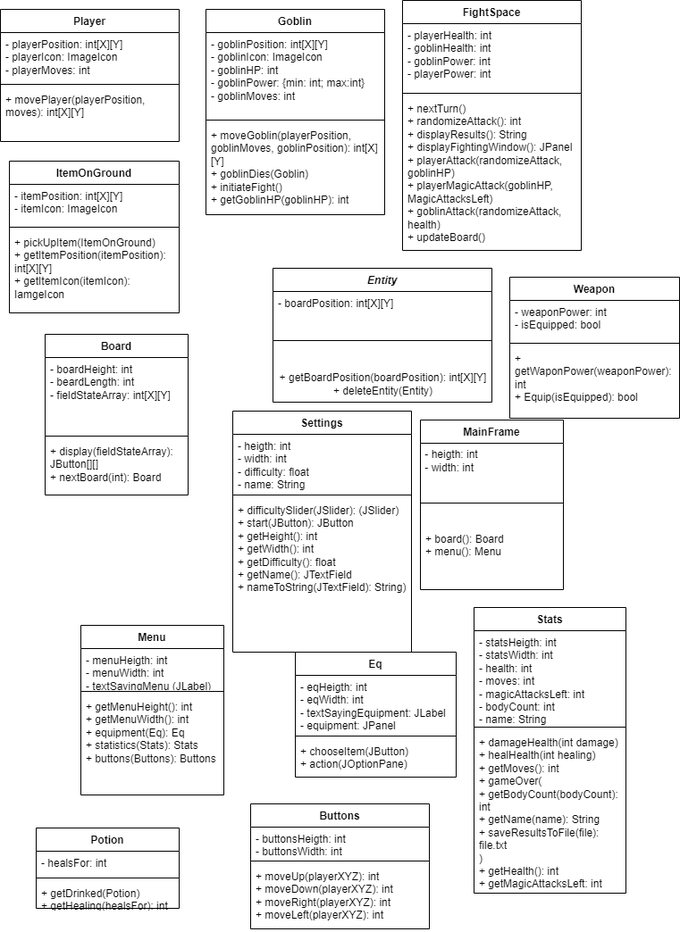
This is diagram_klas.png from jacob-w4/Java-simple-game, a draw.io export, as it was before one commit. Source tidied: cells renumbered, new cells last; positions are measured from the earlier drawing's top-left corner, leaving out a move shared by most shapes.
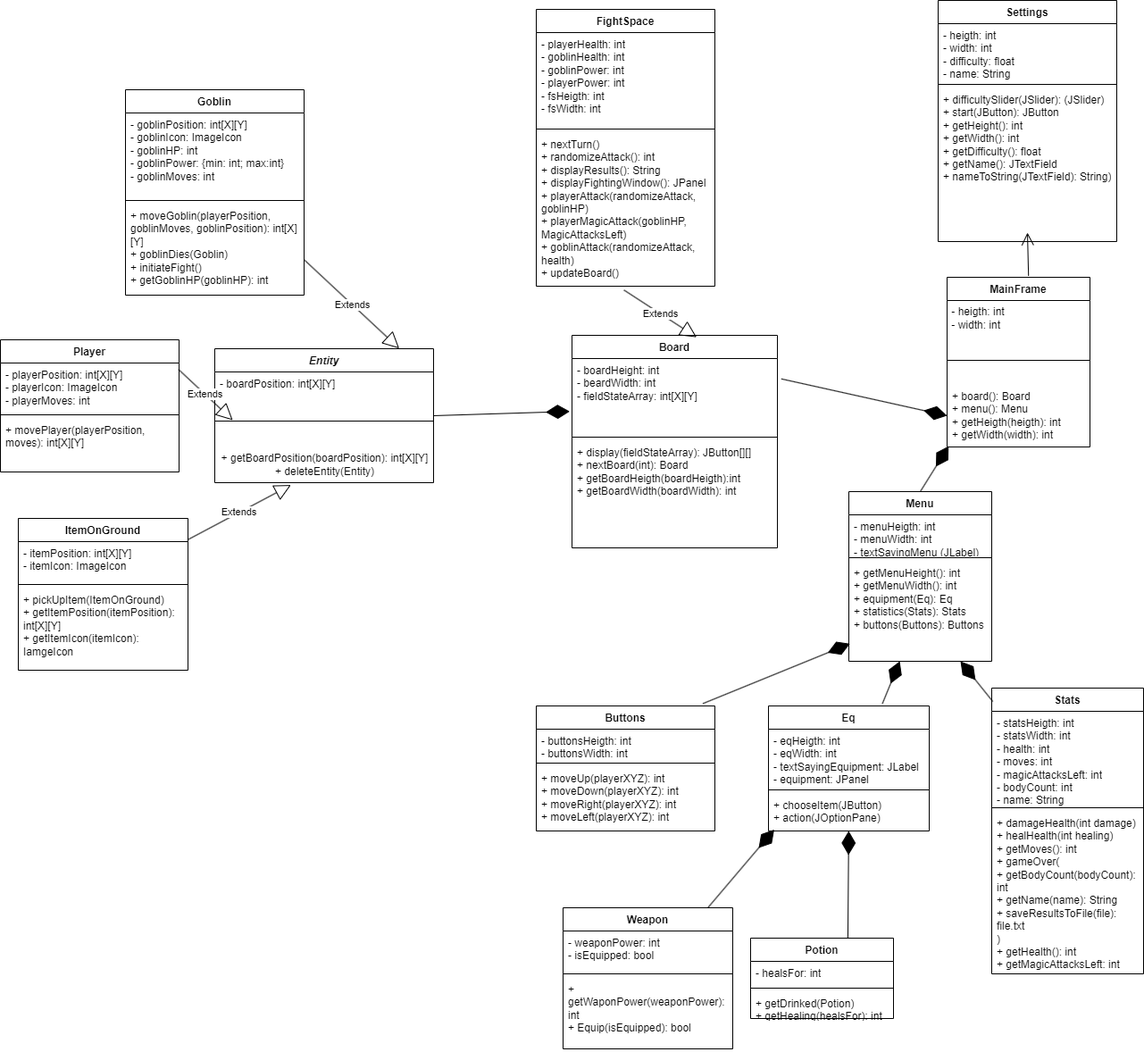
The same file after the commit.

What changed in the source:
```diff
@@ -3,7 +3,7 @@
     <mxCell id="0" />
     <mxCell id="1" parent="0" />
     <mxCell id="2" value="Settings" style="swimlane;fontStyle=1;align=center;verticalAlign=top;horizontal=1;startSize=26;whiteSpace=wrap;html=1;" parent="1" vertex="1">
-      <mxGeometry x="260" y="460" width="200" height="270" as="geometry" />
+      <mxGeometry x="1070" y="130" width="200" height="270" as="geometry" />
     </mxCell>
     <mxCell id="3" value="- heigth: int&lt;br&gt;- width: int&lt;br&gt;- difficulty: float&lt;br&gt;- name: String" style="text;strokeColor=none;fillColor=none;align=left;verticalAlign=top;spacingLeft=4;spacingRight=4;overflow=hidden;whiteSpace=wrap;html=1;" parent="2" vertex="1">
       <mxGeometry y="26" width="200" height="64" as="geometry" />
@@ -15,7 +15,7 @@
       <mxGeometry y="98" width="200" height="172" as="geometry" />
     </mxCell>
     <mxCell id="6" value="MainFrame" style="swimlane;fontStyle=1;align=center;verticalAlign=top;horizontal=1;startSize=26;whiteSpace=wrap;html=1;" parent="1" vertex="1">
-      <mxGeometry x="470" y="470" width="160" height="190" as="geometry" />
+      <mxGeometry x="1080" y="440" width="160" height="190" as="geometry" />
     </mxCell>
     <mxCell id="7" value="&amp;nbsp;- heigth: int&lt;br&gt;&amp;nbsp;- width: int" style="text;html=1;align=left;verticalAlign=middle;strokeColor=none;fillColor=none;" parent="6" vertex="1">
       <mxGeometry y="26" width="160" height="40" as="geometry" />
@@ -23,11 +23,11 @@
     <mxCell id="8" style="line;strokeWidth=1;fillColor=none;align=left;verticalAlign=middle;spacingTop=-1;spacingLeft=3;spacingRight=3;labelPosition=right;strokeColor=inherit;" parent="6" vertex="1">
       <mxGeometry y="66" width="160" height="54" as="geometry" />
     </mxCell>
-    <mxCell id="9" value="+ board(): Board&lt;br&gt;+ menu(): Menu" style="text;strokeColor=none;fillColor=none;align=left;verticalAlign=top;spacingLeft=4;spacingRight=4;overflow=hidden;points=[[0,0.5],[1,0.5]];portConstraint=eastwest;whiteSpace=wrap;html=1;" parent="6" vertex="1">
+    <mxCell id="9" value="+ board(): Board&lt;br&gt;+ menu(): Menu&lt;br&gt;+ getHeigth(heigth): int&lt;br&gt;+ getWidth(width): int" style="text;strokeColor=none;fillColor=none;align=left;verticalAlign=top;spacingLeft=4;spacingRight=4;overflow=hidden;points=[[0,0.5],[1,0.5]];portConstraint=eastwest;whiteSpace=wrap;html=1;" parent="6" vertex="1">
       <mxGeometry y="120" width="160" height="70" as="geometry" />
     </mxCell>
     <mxCell id="10" value="Menu" style="swimlane;fontStyle=1;align=center;verticalAlign=top;horizontal=1;startSize=26;whiteSpace=wrap;html=1;" parent="1" vertex="1">
-      <mxGeometry x="90" y="700" width="160" height="190" as="geometry" />
+      <mxGeometry x="970" y="680" width="160" height="190" as="geometry" />
     </mxCell>
     <mxCell id="11" value="- menuHeigth: int&lt;br&gt;- menuWidth: int&lt;br&gt;- textSayingMenu (JLabel)" style="text;strokeColor=none;fillColor=none;align=left;verticalAlign=top;spacingLeft=4;spacingRight=4;overflow=hidden;whiteSpace=wrap;html=1;" parent="10" vertex="1">
       <mxGeometry y="26" width="160" height="44" as="geometry" />
@@ -39,19 +39,19 @@
       <mxGeometry y="78" width="160" height="112" as="geometry" />
     </mxCell>
     <mxCell id="14" value="Board" style="swimlane;fontStyle=1;align=center;verticalAlign=top;horizontal=1;startSize=26;whiteSpace=wrap;html=1;" parent="1" vertex="1">
-      <mxGeometry x="50" y="374" width="160" height="180" as="geometry" />
+      <mxGeometry x="660" y="505" width="230" height="238" as="geometry" />
     </mxCell>
-    <mxCell id="15" value="- boardHeight: int&lt;br&gt;- beardLength: int&lt;br&gt;- fieldStateArray: int[X][Y]" style="text;strokeColor=none;fillColor=none;align=left;verticalAlign=top;spacingLeft=4;spacingRight=4;overflow=hidden;points=[[0,0.5],[1,0.5]];portConstraint=eastwest;whiteSpace=wrap;html=1;" parent="14" vertex="1">
-      <mxGeometry y="26" width="160" height="84" as="geometry" />
+    <mxCell id="15" value="- boardHeight: int&lt;br&gt;- beardWidth: int&lt;br&gt;- fieldStateArray: int[X][Y]" style="text;strokeColor=none;fillColor=none;align=left;verticalAlign=top;spacingLeft=4;spacingRight=4;overflow=hidden;points=[[0,0.5],[1,0.5]];portConstraint=eastwest;whiteSpace=wrap;html=1;" parent="14" vertex="1">
+      <mxGeometry y="26" width="230" height="84" as="geometry" />
     </mxCell>
     <mxCell id="16" style="line;strokeWidth=1;fillColor=none;align=left;verticalAlign=middle;spacingTop=-1;spacingLeft=3;spacingRight=3;labelPosition=right;strokeColor=inherit;" parent="14" vertex="1">
-      <mxGeometry y="110" width="160" height="8" as="geometry" />
+      <mxGeometry y="110" width="230" height="8" as="geometry" />
     </mxCell>
-    <mxCell id="17" value="+ display(fieldStateArray): JButton[][]&lt;br&gt;+ nextBoard(int): Board" style="text;strokeColor=none;fillColor=none;align=left;verticalAlign=top;spacingLeft=4;spacingRight=4;overflow=hidden;whiteSpace=wrap;html=1;" parent="14" vertex="1">
-      <mxGeometry y="118" width="160" height="62" as="geometry" />
+    <mxCell id="17" value="+ display(fieldStateArray): JButton[][]&lt;br&gt;+ nextBoard(int): Board&lt;br&gt;+ getBoardHeigth(boardHeigth):int&lt;br&gt;+ getBoardWidth(boardWidth): int" style="text;strokeColor=none;fillColor=none;align=left;verticalAlign=top;spacingLeft=4;spacingRight=4;overflow=hidden;whiteSpace=wrap;html=1;" parent="14" vertex="1">
+      <mxGeometry y="118" width="230" height="120" as="geometry" />
     </mxCell>
     <mxCell id="18" value="Stats" style="swimlane;fontStyle=1;align=center;verticalAlign=top;horizontal=1;startSize=26;whiteSpace=wrap;html=1;" parent="1" vertex="1">
-      <mxGeometry x="530" y="680" width="170" height="320" as="geometry" />
+      <mxGeometry x="1130" y="900" width="170" height="320" as="geometry" />
     </mxCell>
     <mxCell id="19" value="- statsHeigth: int&lt;br style=&quot;border-color: var(--border-color);&quot;&gt;- statsWidth: int&lt;br&gt;- health: int&lt;br&gt;- moves: int&lt;br&gt;- magicAttacksLeft: int&lt;br&gt;- bodyCount: int&lt;br&gt;- name: String" style="text;strokeColor=none;fillColor=none;align=left;verticalAlign=top;spacingLeft=4;spacingRight=4;overflow=hidden;whiteSpace=wrap;html=1;" parent="18" vertex="1">
       <mxGeometry y="26" width="170" height="104" as="geometry" />
@@ -63,7 +63,7 @@
       <mxGeometry y="138" width="170" height="182" as="geometry" />
     </mxCell>
     <mxCell id="22" value="Buttons" style="swimlane;fontStyle=1;align=center;verticalAlign=top;horizontal=1;startSize=26;whiteSpace=wrap;html=1;" parent="1" vertex="1">
-      <mxGeometry x="280" y="900" width="200" height="140" as="geometry" />
+      <mxGeometry x="620" y="920" width="200" height="140" as="geometry" />
     </mxCell>
     <mxCell id="23" value="- buttonsHeigth: int&lt;br style=&quot;border-color: var(--border-color);&quot;&gt;- buttonsWidth: int" style="text;strokeColor=none;fillColor=none;align=left;verticalAlign=top;spacingLeft=4;spacingRight=4;overflow=hidden;whiteSpace=wrap;html=1;" parent="22" vertex="1">
       <mxGeometry y="26" width="200" height="34" as="geometry" />
@@ -75,7 +75,7 @@
       <mxGeometry y="68" width="200" height="72" as="geometry" />
     </mxCell>
     <mxCell id="26" value="Eq" style="swimlane;fontStyle=1;align=center;verticalAlign=top;horizontal=1;startSize=26;whiteSpace=wrap;html=1;" parent="1" vertex="1">
-      <mxGeometry x="330" y="730" width="180" height="140" as="geometry" />
+      <mxGeometry x="880" y="920" width="180" height="140" as="geometry" />
     </mxCell>
     <mxCell id="27" value="- eqHeigth: int&lt;br&gt;- eqWidth: int&lt;br&gt;- textSayingEquipment: JLabel&lt;br&gt;- equipment: JPanel" style="text;strokeColor=none;fillColor=none;align=left;verticalAlign=top;spacingLeft=4;spacingRight=4;overflow=hidden;whiteSpace=wrap;html=1;" parent="26" vertex="1">
       <mxGeometry y="26" width="180" height="64" as="geometry" />
@@ -87,7 +87,7 @@
       <mxGeometry y="98" width="180" height="42" as="geometry" />
     </mxCell>
     <mxCell id="30" value="&lt;i&gt;Entity&lt;/i&gt;" style="swimlane;fontStyle=1;align=center;verticalAlign=top;horizontal=1;startSize=26;whiteSpace=wrap;html=1;" parent="1" vertex="1">
-      <mxGeometry x="305" y="300" width="245" height="150" as="geometry" />
+      <mxGeometry x="260" y="520" width="245" height="150" as="geometry" />
     </mxCell>
     <mxCell id="31" value="- boardPosition: int[X][Y]" style="text;strokeColor=none;fillColor=none;align=left;verticalAlign=top;spacingLeft=4;spacingRight=4;overflow=hidden;whiteSpace=wrap;html=1;" parent="30" vertex="1">
       <mxGeometry y="26" width="245" height="26" as="geometry" />
@@ -99,7 +99,7 @@
       <mxGeometry y="110" width="245" height="40" as="geometry" />
     </mxCell>
     <mxCell id="34" value="Player" style="swimlane;fontStyle=1;align=center;verticalAlign=top;horizontal=1;startSize=26;whiteSpace=wrap;html=1;" parent="1" vertex="1">
-      <mxGeometry y="10" width="200" height="148" as="geometry" />
+      <mxGeometry x="20" y="510" width="200" height="148" as="geometry" />
     </mxCell>
     <mxCell id="35" value="- playerPosition: int[X][Y]&lt;br&gt;- playerIcon: ImageIcon&lt;br&gt;- playerMoves: int" style="text;strokeColor=none;fillColor=none;align=left;verticalAlign=top;spacingLeft=4;spacingRight=4;overflow=hidden;points=[[0,0.5],[1,0.5]];portConstraint=eastwest;whiteSpace=wrap;html=1;" parent="34" vertex="1">
       <mxGeometry y="26" width="200" height="54" as="geometry" />
@@ -111,7 +111,7 @@
       <mxGeometry y="88" width="200" height="60" as="geometry" />
     </mxCell>
     <mxCell id="38" value="Goblin" style="swimlane;fontStyle=1;align=center;verticalAlign=top;horizontal=1;startSize=26;whiteSpace=wrap;html=1;" parent="1" vertex="1">
-      <mxGeometry x="230" y="10" width="200" height="230" as="geometry" />
+      <mxGeometry x="160" y="230" width="200" height="230" as="geometry" />
     </mxCell>
     <mxCell id="39" value="- goblinPosition: int[X][Y]&lt;br&gt;- goblinIcon: ImageIcon&lt;br&gt;- goblinHP: int&lt;br&gt;- goblinPower: {min: int; max:int}&lt;br&gt;- goblinMoves: int" style="text;strokeColor=none;fillColor=none;align=left;verticalAlign=top;spacingLeft=4;spacingRight=4;overflow=hidden;whiteSpace=wrap;html=1;" parent="38" vertex="1">
       <mxGeometry y="26" width="200" height="94" as="geometry" />
@@ -123,19 +123,19 @@
       <mxGeometry y="128" width="200" height="102" as="geometry" />
     </mxCell>
     <mxCell id="42" value="FightSpace" style="swimlane;fontStyle=1;align=center;verticalAlign=top;horizontal=1;startSize=26;whiteSpace=wrap;html=1;" parent="1" vertex="1">
-      <mxGeometry x="450" width="200" height="280" as="geometry" />
+      <mxGeometry x="620" y="140" width="200" height="310" as="geometry" />
     </mxCell>
-    <mxCell id="43" value="- playerHealth: int&lt;br&gt;- goblinHealth: int&lt;br&gt;- goblinPower: int&lt;br&gt;- playerPower: int" style="text;strokeColor=none;fillColor=none;align=left;verticalAlign=top;spacingLeft=4;spacingRight=4;overflow=hidden;whiteSpace=wrap;html=1;" parent="42" vertex="1">
-      <mxGeometry y="26" width="200" height="74" as="geometry" />
+    <mxCell id="43" value="- playerHealth: int&lt;br&gt;- goblinHealth: int&lt;br&gt;- goblinPower: int&lt;br&gt;- playerPower: int&lt;br&gt;- fsHeigth: int&lt;br&gt;- fsWidth: int" style="text;strokeColor=none;fillColor=none;align=left;verticalAlign=top;spacingLeft=4;spacingRight=4;overflow=hidden;whiteSpace=wrap;html=1;" parent="42" vertex="1">
+      <mxGeometry y="26" width="200" height="104" as="geometry" />
     </mxCell>
     <mxCell id="44" style="line;strokeWidth=1;fillColor=none;align=left;verticalAlign=middle;spacingTop=-1;spacingLeft=3;spacingRight=3;labelPosition=right;strokeColor=inherit;" parent="42" vertex="1">
-      <mxGeometry y="100" width="200" height="8" as="geometry" />
+      <mxGeometry y="130" width="200" height="8" as="geometry" />
     </mxCell>
     <mxCell id="45" value="+ nextTurn()&lt;br&gt;+ randomizeAttack(): int&lt;br&gt;+ displayResults(): String&lt;br&gt;+ displayFightingWindow(): JPanel&lt;br&gt;+ playerAttack(randomizeAttack, goblinHP)&lt;br&gt;+ playerMagicAttack(goblinHP, MagicAttacksLeft)&lt;br&gt;+ goblinAttack(randomizeAttack, health)&lt;br&gt;+ updateBoard()" style="text;strokeColor=none;fillColor=none;align=left;verticalAlign=top;spacingLeft=4;spacingRight=4;overflow=hidden;points=[[0,0.5],[1,0.5]];portConstraint=eastwest;whiteSpace=wrap;html=1;" parent="42" vertex="1">
-      <mxGeometry y="108" width="200" height="172" as="geometry" />
+      <mxGeometry y="138" width="200" height="172" as="geometry" />
     </mxCell>
     <mxCell id="46" value="ItemOnGround" style="swimlane;fontStyle=1;align=center;verticalAlign=top;horizontal=1;startSize=26;whiteSpace=wrap;html=1;" parent="1" vertex="1">
-      <mxGeometry x="10" y="180" width="190" height="170" as="geometry" />
+      <mxGeometry x="40" y="710" width="190" height="170" as="geometry" />
     </mxCell>
     <mxCell id="47" value="- itemPosition: int[X][Y]&lt;br&gt;- itemIcon: ImageIcon" style="text;strokeColor=none;fillColor=none;align=left;verticalAlign=top;spacingLeft=4;spacingRight=4;overflow=hidden;points=[[0,0.5],[1,0.5]];portConstraint=eastwest;whiteSpace=wrap;html=1;" parent="46" vertex="1">
       <mxGeometry y="26" width="190" height="44" as="geometry" />
@@ -147,7 +147,7 @@
       <mxGeometry y="78" width="190" height="92" as="geometry" />
     </mxCell>
     <mxCell id="50" value="Weapon" style="swimlane;fontStyle=1;align=center;verticalAlign=top;horizontal=1;startSize=26;whiteSpace=wrap;html=1;" parent="1" vertex="1">
-      <mxGeometry x="570" y="310" width="190" height="158" as="geometry" />
+      <mxGeometry x="650" y="1146" width="190" height="158" as="geometry" />
     </mxCell>
     <mxCell id="51" value="- weaponPower: int&lt;br&gt;- isEquipped: bool" style="text;strokeColor=none;fillColor=none;align=left;verticalAlign=top;spacingLeft=4;spacingRight=4;overflow=hidden;whiteSpace=wrap;html=1;" parent="50" vertex="1">
       <mxGeometry y="26" width="190" height="44" as="geometry" />
@@ -159,7 +159,7 @@
       <mxGeometry y="78" width="190" height="80" as="geometry" />
     </mxCell>
     <mxCell id="54" value="Potion" style="swimlane;fontStyle=1;align=center;verticalAlign=top;horizontal=1;startSize=26;whiteSpace=wrap;html=1;" parent="1" vertex="1">
-      <mxGeometry x="40" y="927" width="160" height="90" as="geometry" />
+      <mxGeometry x="860" y="1180" width="160" height="90" as="geometry" />
     </mxCell>
     <mxCell id="55" value="- healsFor: int" style="text;strokeColor=none;fillColor=none;align=left;verticalAlign=top;spacingLeft=4;spacingRight=4;overflow=hidden;whiteSpace=wrap;html=1;" parent="54" vertex="1">
       <mxGeometry y="26" width="160" height="26" as="geometry" />
@@ -170,5 +170,46 @@
     <mxCell id="57" value="+ getDrinked(Potion)&lt;br&gt;+ getHealing(healsFor): int" style="text;strokeColor=none;fillColor=none;align=left;verticalAlign=top;spacingLeft=4;spacingRight=4;overflow=hidden;whiteSpace=wrap;html=1;" parent="54" vertex="1">
       <mxGeometry y="60" width="160" height="30" as="geometry" />
     </mxCell>
+    <mxCell id="58" style="endArrow=open;endFill=1;endSize=12;html=1;rounded=0;exitX=0.57;exitY=-0.008;exitDx=0;exitDy=0;exitPerimeter=0;" parent="1" edge="1" source="6">
+      <mxGeometry relative="1" as="geometry">
+        <mxPoint x="1170" y="390" as="targetPoint" />
+      </mxGeometry>
+    </mxCell>
+    <mxCell id="59" style="endArrow=diamondThin;endFill=1;endSize=24;html=1;rounded=0;entryX=0.011;entryY=0.987;entryDx=0;entryDy=0;entryPerimeter=0;exitX=0.5;exitY=0;exitDx=0;exitDy=0;" parent="1" edge="1" source="10" target="9">
+      <mxGeometry relative="1" as="geometry" />
+    </mxCell>
+    <mxCell id="60" style="endArrow=diamondThin;endFill=1;endSize=24;html=1;rounded=0;entryX=0;entryY=0.5;entryDx=0;entryDy=0;exitX=1.019;exitY=0.271;exitDx=0;exitDy=0;exitPerimeter=0;" parent="1" edge="1" source="15" target="9">
+      <mxGeometry relative="1" as="geometry" />
+    </mxCell>
+    <mxCell id="61" style="endArrow=diamondThin;endFill=1;endSize=24;html=1;rounded=0;entryX=0.008;entryY=0.824;entryDx=0;entryDy=0;entryPerimeter=0;exitX=0.933;exitY=-0.019;exitDx=0;exitDy=0;exitPerimeter=0;" parent="1" edge="1" source="22" target="13">
+      <mxGeometry relative="1" as="geometry" />
+    </mxCell>
+    <mxCell id="62" style="endArrow=diamondThin;endFill=1;endSize=24;html=1;rounded=0;exitX=0.709;exitY=-0.019;exitDx=0;exitDy=0;exitPerimeter=0;" parent="1" edge="1" source="26" target="13">
+      <mxGeometry relative="1" as="geometry" />
+    </mxCell>
+    <mxCell id="63" style="endArrow=diamondThin;endFill=1;endSize=24;html=1;rounded=0;exitX=0.007;exitY=0.047;exitDx=0;exitDy=0;exitPerimeter=0;" parent="1" edge="1" source="18" target="13">
+      <mxGeometry relative="1" as="geometry" />
+    </mxCell>
+    <mxCell id="64" style="endArrow=diamondThin;endFill=1;endSize=24;html=1;rounded=0;entryX=0.036;entryY=0.964;entryDx=0;entryDy=0;entryPerimeter=0;" parent="1" edge="1" source="50" target="29">
+      <mxGeometry relative="1" as="geometry" />
+    </mxCell>
+    <mxCell id="65" style="endArrow=diamondThin;endFill=1;endSize=24;html=1;rounded=0;exitX=0.681;exitY=-0.004;exitDx=0;exitDy=0;exitPerimeter=0;" parent="1" edge="1" source="54" target="29">
+      <mxGeometry relative="1" as="geometry" />
+    </mxCell>
+    <mxCell id="66" style="endArrow=diamondThin;endFill=1;endSize=24;html=1;rounded=0;entryX=-0.011;entryY=0.705;entryDx=0;entryDy=0;entryPerimeter=0;exitX=1;exitY=0.5;exitDx=0;exitDy=0;" parent="1" edge="1" source="30" target="15">
+      <mxGeometry relative="1" as="geometry" />
+    </mxCell>
+    <mxCell id="67" value="Extends" style="endArrow=block;endSize=16;endFill=0;html=1;rounded=0;exitX=1.003;exitY=0.616;exitDx=0;exitDy=0;exitPerimeter=0;entryX=0.843;entryY=-0.002;entryDx=0;entryDy=0;entryPerimeter=0;" parent="1" edge="1" source="41" target="30">
+      <mxGeometry relative="1" as="geometry" />
+    </mxCell>
+    <mxCell id="68" value="Extends" style="endArrow=block;endSize=16;endFill=0;html=1;rounded=0;exitX=0.997;exitY=0.133;exitDx=0;exitDy=0;exitPerimeter=0;entryX=0.082;entryY=0.483;entryDx=0;entryDy=0;entryPerimeter=0;" parent="1" edge="1" source="35" target="32">
+      <mxGeometry relative="1" as="geometry" />
+    </mxCell>
+    <mxCell id="69" value="Extends" style="endArrow=block;endSize=16;endFill=0;html=1;rounded=0;entryX=0.348;entryY=1.065;entryDx=0;entryDy=0;entryPerimeter=0;exitX=1;exitY=-0.051;exitDx=0;exitDy=0;exitPerimeter=0;" parent="1" edge="1" source="47" target="33">
+      <mxGeometry relative="1" as="geometry" />
+    </mxCell>
+    <mxCell id="70" value="Extends" style="endArrow=block;endSize=16;endFill=0;html=1;rounded=0;exitX=0.491;exitY=1.025;exitDx=0;exitDy=0;exitPerimeter=0;entryX=0.607;entryY=0.009;entryDx=0;entryDy=0;entryPerimeter=0;" parent="1" edge="1" source="45" target="14">
+      <mxGeometry relative="1" as="geometry" />
+    </mxCell>
   </root>
 </mxGraphModel>
```
